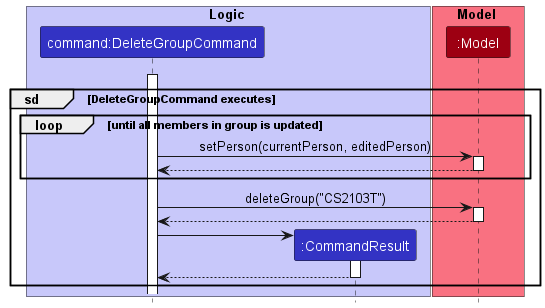
Above: docs/images/DeleteGroupCommandExecutesSequenceDiagram.png in nus-cs2103-AY2223S1/tp (PlantUML), before the change. The source it was exported from:
```plantuml
@startuml
!include style.puml

box Logic LOGIC_COLOR_T1
participant "command:DeleteGroupCommand" as DeleteGroupCommand LOGIC_COLOR
participant ":CommandResult" as CommandResult LOGIC_COLOR
end box

box Model MODEL_COLOR_T1
participant ":Model" as Model MODEL_COLOR
end box

DeleteGroupCommand -[hidden]-> Model
activate DeleteGroupCommand

group sd [DeleteGroupCommand executes]
loop until all members in group is updated
    DeleteGroupCommand -> Model : setPerson(currentPerson, editedPerson)
activate Model

Model --> DeleteGroupCommand
deactivate Model
end

DeleteGroupCommand -> Model : deleteGroup("CS2103T")
activate Model

Model --> DeleteGroupCommand
deactivate Model

create CommandResult
DeleteGroupCommand -> CommandResult
activate CommandResult

CommandResult --> DeleteGroupCommand
deactivate CommandResult

end

@enduml
```
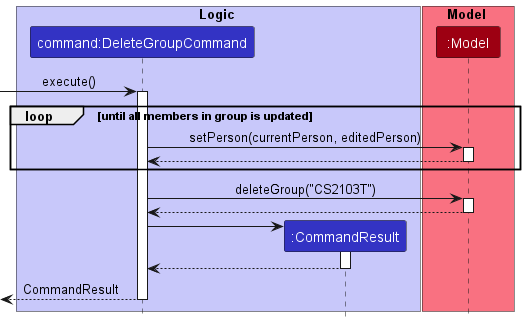
Later version of the same file.

Commit message:
Edit sequence diagrams for all implemented features

What changed in the source:
```diff
@@ -10,10 +10,9 @@
 participant ":Model" as Model MODEL_COLOR
 end box
 
-DeleteGroupCommand -[hidden]-> Model
+[-> DeleteGroupCommand: execute()
 activate DeleteGroupCommand
 
-group sd [DeleteGroupCommand executes]
 loop until all members in group is updated
     DeleteGroupCommand -> Model : setPerson(currentPerson, editedPerson)
 activate Model
@@ -35,6 +34,7 @@
 CommandResult --> DeleteGroupCommand
 deactivate CommandResult
 
-end
+[<-- DeleteGroupCommand : CommandResult
+deactivate DeleteGroupCommand
 
 @enduml
```
